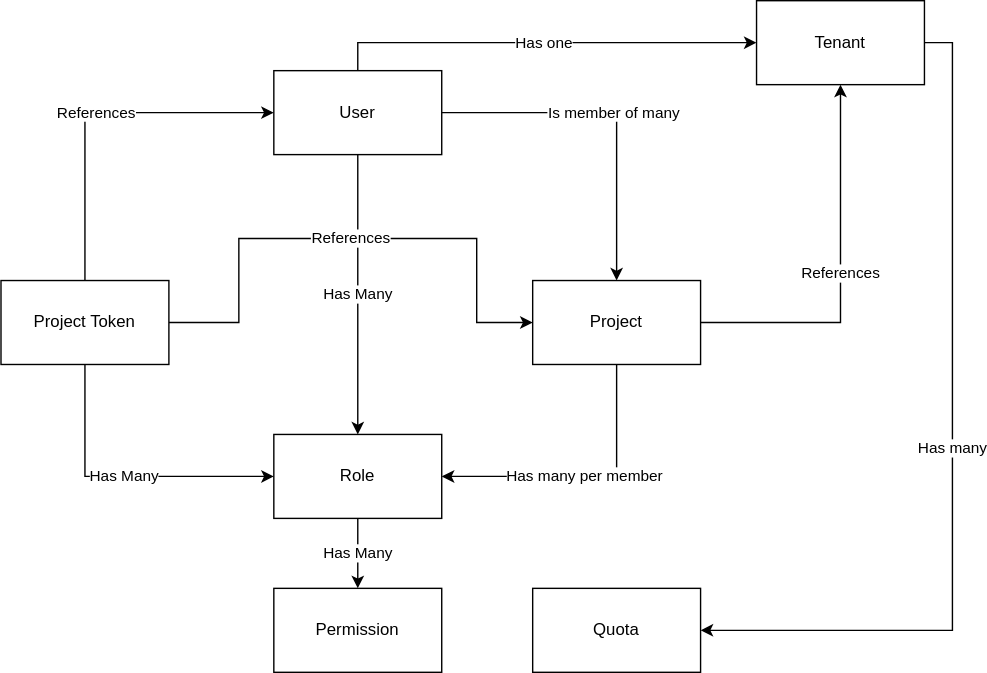
This is previews/PR70/development/proposals/MEP4/data_model.svg from metal-stack/docs, a draw.io export, as it was before one commit. Source tidied: cells renumbered, new cells last; positions are measured from the earlier drawing's top-left corner, leaving out a move shared by most shapes. The source it was exported from:
```xml
<mxGraphModel>
  <root>
    <mxCell id="0" />
    <mxCell id="1" parent="0" />
    <mxCell id="2" value="Role" style="rounded=0;whiteSpace=wrap;html=1;" parent="1" vertex="1">
      <mxGeometry x="195" y="310" width="120" height="60" as="geometry" />
    </mxCell>
    <mxCell id="3" value="Permission" style="rounded=0;whiteSpace=wrap;html=1;" parent="1" vertex="1">
      <mxGeometry x="195" y="420" width="120" height="60" as="geometry" />
    </mxCell>
    <mxCell id="4" value="Has Many" style="edgeStyle=orthogonalEdgeStyle;rounded=0;jettySize=auto;html=1;exitX=0.5;exitY=1;exitDx=0;exitDy=0;entryX=0.5;entryY=0;entryDx=0;entryDy=0;" parent="1" edge="1" source="2" target="3">
      <mxGeometry relative="1" as="geometry" />
    </mxCell>
    <mxCell id="5" value="Has one" style="edgeStyle=orthogonalEdgeStyle;rounded=0;jettySize=auto;html=1;exitX=0.5;exitY=0;exitDx=0;exitDy=0;entryX=0;entryY=0.5;entryDx=0;entryDy=0;" parent="1" edge="1" source="7" target="14">
      <mxGeometry relative="1" as="geometry" />
    </mxCell>
    <mxCell id="6" value="Is member of many" style="edgeStyle=orthogonalEdgeStyle;rounded=0;jettySize=auto;html=1;exitX=1;exitY=0.5;exitDx=0;exitDy=0;" parent="1" edge="1" source="7" target="17">
      <mxGeometry relative="1" as="geometry" />
    </mxCell>
    <mxCell id="7" value="User" style="rounded=0;whiteSpace=wrap;html=1;" parent="1" vertex="1">
      <mxGeometry x="195" y="50" width="120" height="60" as="geometry" />
    </mxCell>
    <mxCell id="8" value="Has Many" style="edgeStyle=orthogonalEdgeStyle;rounded=0;jettySize=auto;html=1;exitX=0.5;exitY=1;exitDx=0;exitDy=0;entryX=0.5;entryY=0;entryDx=0;entryDy=0;" parent="1" edge="1" source="7" target="2">
      <mxGeometry relative="1" as="geometry">
        <Array as="points">
          <mxPoint x="255" y="230" />
          <mxPoint x="255" y="230" />
        </Array>
      </mxGeometry>
    </mxCell>
    <mxCell id="9" value="References" style="edgeStyle=orthogonalEdgeStyle;rounded=0;jettySize=auto;html=1;exitX=0.5;exitY=0;exitDx=0;exitDy=0;entryX=0;entryY=0.5;entryDx=0;entryDy=0;" parent="1" edge="1" source="11" target="7">
      <mxGeometry relative="1" as="geometry" />
    </mxCell>
    <mxCell id="10" value="References" style="edgeStyle=orthogonalEdgeStyle;rounded=0;jettySize=auto;html=1;exitX=1;exitY=0.5;exitDx=0;exitDy=0;entryX=0;entryY=0.5;entryDx=0;entryDy=0;" parent="1" edge="1" source="11" target="17">
      <mxGeometry relative="1" as="geometry">
        <Array as="points">
          <mxPoint x="170" y="230" />
          <mxPoint x="170" y="170" />
          <mxPoint x="340" y="170" />
          <mxPoint x="340" y="230" />
        </Array>
      </mxGeometry>
    </mxCell>
    <mxCell id="11" value="Project Token" style="rounded=0;whiteSpace=wrap;html=1;" parent="1" vertex="1">
      <mxGeometry y="200" width="120" height="60" as="geometry" />
    </mxCell>
    <mxCell id="12" value="Has Many" style="edgeStyle=orthogonalEdgeStyle;rounded=0;jettySize=auto;html=1;exitX=0.5;exitY=1;exitDx=0;exitDy=0;entryX=0;entryY=0.5;entryDx=0;entryDy=0;" parent="1" edge="1" source="11" target="2">
      <mxGeometry relative="1" as="geometry" />
    </mxCell>
    <mxCell id="13" value="Has many" style="edgeStyle=orthogonalEdgeStyle;rounded=0;jettySize=auto;html=1;exitX=1;exitY=0.5;exitDx=0;exitDy=0;entryX=1;entryY=0.5;entryDx=0;entryDy=0;" parent="1" edge="1" source="14" target="18">
      <mxGeometry relative="1" as="geometry" />
    </mxCell>
    <mxCell id="14" value="Tenant" style="rounded=0;whiteSpace=wrap;html=1;" parent="1" vertex="1">
      <mxGeometry x="540" width="120" height="60" as="geometry" />
    </mxCell>
    <mxCell id="15" value="Has many per member" style="edgeStyle=orthogonalEdgeStyle;rounded=0;jettySize=auto;html=1;exitX=0.5;exitY=1;exitDx=0;exitDy=0;entryX=1;entryY=0.5;entryDx=0;entryDy=0;" parent="1" edge="1" source="17" target="2">
      <mxGeometry relative="1" as="geometry" />
    </mxCell>
    <mxCell id="16" value="References" style="edgeStyle=orthogonalEdgeStyle;rounded=0;jettySize=auto;html=1;exitX=1;exitY=0.5;exitDx=0;exitDy=0;entryX=0.5;entryY=1;entryDx=0;entryDy=0;" parent="1" edge="1" source="17" target="14">
      <mxGeometry relative="1" as="geometry" />
    </mxCell>
    <mxCell id="17" value="Project" style="rounded=0;whiteSpace=wrap;html=1;" parent="1" vertex="1">
      <mxGeometry x="380" y="200" width="120" height="60" as="geometry" />
    </mxCell>
    <mxCell id="18" value="Quota" style="rounded=0;whiteSpace=wrap;html=1;" parent="1" vertex="1">
      <mxGeometry x="380" y="420" width="120" height="60" as="geometry" />
    </mxCell>
  </root>
</mxGraphModel>
```
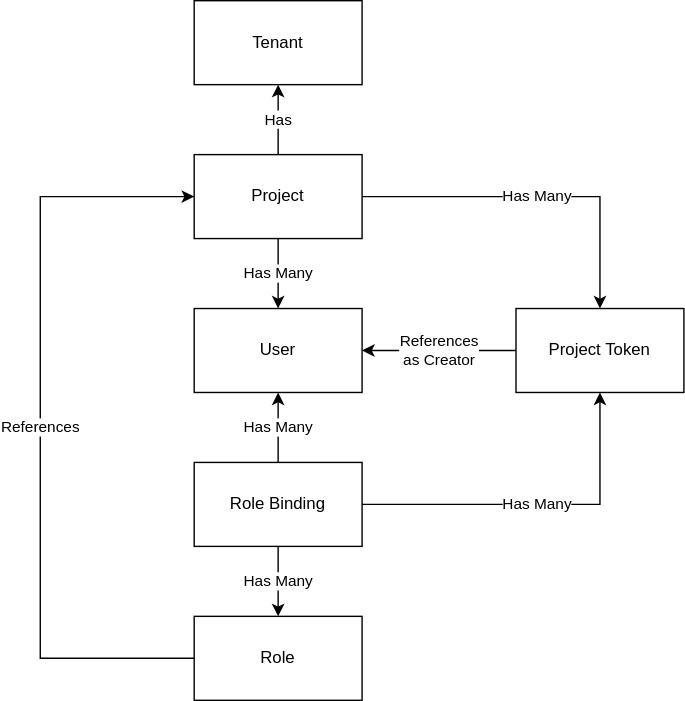
After the change.

Diff of the diagram source:
```diff
@@ -2,68 +2,52 @@
   <root>
     <mxCell id="0" />
     <mxCell id="1" parent="0" />
+    <mxCell id="19" value="References" style="edgeStyle=orthogonalEdgeStyle;rounded=0;jettySize=auto;html=1;exitX=0;exitY=0.5;exitDx=0;exitDy=0;entryX=0;entryY=0.5;entryDx=0;entryDy=0;" parent="1" edge="1" source="2" target="17">
+      <mxGeometry relative="1" as="geometry">
+        <Array as="points">
+          <mxPoint x="10" y="610" />
+          <mxPoint x="10" y="280" />
+        </Array>
+      </mxGeometry>
+    </mxCell>
     <mxCell id="2" value="Role" style="rounded=0;whiteSpace=wrap;html=1;" parent="1" vertex="1">
-      <mxGeometry x="195" y="310" width="120" height="60" as="geometry" />
+      <mxGeometry x="120" y="580" width="120" height="60" as="geometry" />
     </mxCell>
-    <mxCell id="3" value="Permission" style="rounded=0;whiteSpace=wrap;html=1;" parent="1" vertex="1">
-      <mxGeometry x="195" y="420" width="120" height="60" as="geometry" />
-    </mxCell>
-    <mxCell id="4" value="Has Many" style="edgeStyle=orthogonalEdgeStyle;rounded=0;jettySize=auto;html=1;exitX=0.5;exitY=1;exitDx=0;exitDy=0;entryX=0.5;entryY=0;entryDx=0;entryDy=0;" parent="1" edge="1" source="2" target="3">
-      <mxGeometry relative="1" as="geometry" />
-    </mxCell>
-    <mxCell id="5" value="Has one" style="edgeStyle=orthogonalEdgeStyle;rounded=0;jettySize=auto;html=1;exitX=0.5;exitY=0;exitDx=0;exitDy=0;entryX=0;entryY=0.5;entryDx=0;entryDy=0;" parent="1" edge="1" source="7" target="14">
-      <mxGeometry relative="1" as="geometry" />
-    </mxCell>
-    <mxCell id="6" value="Is member of many" style="edgeStyle=orthogonalEdgeStyle;rounded=0;jettySize=auto;html=1;exitX=1;exitY=0.5;exitDx=0;exitDy=0;" parent="1" edge="1" source="7" target="17">
-      <mxGeometry relative="1" as="geometry" />
-    </mxCell>
     <mxCell id="7" value="User" style="rounded=0;whiteSpace=wrap;html=1;" parent="1" vertex="1">
-      <mxGeometry x="195" y="50" width="120" height="60" as="geometry" />
+      <mxGeometry x="120" y="360" width="120" height="60" as="geometry" />
     </mxCell>
-    <mxCell id="8" value="Has Many" style="edgeStyle=orthogonalEdgeStyle;rounded=0;jettySize=auto;html=1;exitX=0.5;exitY=1;exitDx=0;exitDy=0;entryX=0.5;entryY=0;entryDx=0;entryDy=0;" parent="1" edge="1" source="7" target="2">
-      <mxGeometry relative="1" as="geometry">
-        <Array as="points">
-          <mxPoint x="255" y="230" />
-          <mxPoint x="255" y="230" />
-        </Array>
-      </mxGeometry>
-    </mxCell>
-    <mxCell id="9" value="References" style="edgeStyle=orthogonalEdgeStyle;rounded=0;jettySize=auto;html=1;exitX=0.5;exitY=0;exitDx=0;exitDy=0;entryX=0;entryY=0.5;entryDx=0;entryDy=0;" parent="1" edge="1" source="11" target="7">
+    <mxCell id="9" value="References&lt;br&gt;as Creator" style="edgeStyle=orthogonalEdgeStyle;rounded=0;jettySize=auto;html=1;exitX=0;exitY=0.5;exitDx=0;exitDy=0;entryX=1;entryY=0.5;entryDx=0;entryDy=0;" parent="1" edge="1" source="11" target="7">
       <mxGeometry relative="1" as="geometry" />
     </mxCell>
-    <mxCell id="10" value="References" style="edgeStyle=orthogonalEdgeStyle;rounded=0;jettySize=auto;html=1;exitX=1;exitY=0.5;exitDx=0;exitDy=0;entryX=0;entryY=0.5;entryDx=0;entryDy=0;" parent="1" edge="1" source="11" target="17">
-      <mxGeometry relative="1" as="geometry">
-        <Array as="points">
-          <mxPoint x="170" y="230" />
-          <mxPoint x="170" y="170" />
-          <mxPoint x="340" y="170" />
-          <mxPoint x="340" y="230" />
-        </Array>
-      </mxGeometry>
-    </mxCell>
     <mxCell id="11" value="Project Token" style="rounded=0;whiteSpace=wrap;html=1;" parent="1" vertex="1">
-      <mxGeometry y="200" width="120" height="60" as="geometry" />
+      <mxGeometry x="350" y="360" width="120" height="60" as="geometry" />
     </mxCell>
-    <mxCell id="12" value="Has Many" style="edgeStyle=orthogonalEdgeStyle;rounded=0;jettySize=auto;html=1;exitX=0.5;exitY=1;exitDx=0;exitDy=0;entryX=0;entryY=0.5;entryDx=0;entryDy=0;" parent="1" edge="1" source="11" target="2">
-      <mxGeometry relative="1" as="geometry" />
-    </mxCell>
-    <mxCell id="13" value="Has many" style="edgeStyle=orthogonalEdgeStyle;rounded=0;jettySize=auto;html=1;exitX=1;exitY=0.5;exitDx=0;exitDy=0;entryX=1;entryY=0.5;entryDx=0;entryDy=0;" parent="1" edge="1" source="14" target="18">
-      <mxGeometry relative="1" as="geometry" />
-    </mxCell>
     <mxCell id="14" value="Tenant" style="rounded=0;whiteSpace=wrap;html=1;" parent="1" vertex="1">
-      <mxGeometry x="540" width="120" height="60" as="geometry" />
+      <mxGeometry x="120" y="140" width="120" height="60" as="geometry" />
     </mxCell>
-    <mxCell id="15" value="Has many per member" style="edgeStyle=orthogonalEdgeStyle;rounded=0;jettySize=auto;html=1;exitX=0.5;exitY=1;exitDx=0;exitDy=0;entryX=1;entryY=0.5;entryDx=0;entryDy=0;" parent="1" edge="1" source="17" target="2">
-      <mxGeometry relative="1" as="geometry" />
-    </mxCell>
-    <mxCell id="16" value="References" style="edgeStyle=orthogonalEdgeStyle;rounded=0;jettySize=auto;html=1;exitX=1;exitY=0.5;exitDx=0;exitDy=0;entryX=0.5;entryY=1;entryDx=0;entryDy=0;" parent="1" edge="1" source="17" target="14">
+    <mxCell id="16" value="Has" style="edgeStyle=orthogonalEdgeStyle;rounded=0;jettySize=auto;html=1;entryX=0.5;entryY=1;entryDx=0;entryDy=0;" parent="1" edge="1" source="17" target="14">
       <mxGeometry relative="1" as="geometry" />
     </mxCell>
+    <mxCell id="20" value="Has Many" style="edgeStyle=orthogonalEdgeStyle;rounded=0;jettySize=auto;html=1;exitX=0.5;exitY=1;exitDx=0;exitDy=0;entryX=0.5;entryY=0;entryDx=0;entryDy=0;" parent="1" edge="1" source="17" target="7">
+      <mxGeometry relative="1" as="geometry" />
+    </mxCell>
+    <mxCell id="21" value="Has Many" style="edgeStyle=orthogonalEdgeStyle;rounded=0;jettySize=auto;html=1;exitX=1;exitY=0.5;exitDx=0;exitDy=0;entryX=0.5;entryY=0;entryDx=0;entryDy=0;" parent="1" edge="1" source="17" target="11">
+      <mxGeometry relative="1" as="geometry" />
+    </mxCell>
     <mxCell id="17" value="Project" style="rounded=0;whiteSpace=wrap;html=1;" parent="1" vertex="1">
-      <mxGeometry x="380" y="200" width="120" height="60" as="geometry" />
+      <mxGeometry x="120" y="250" width="120" height="60" as="geometry" />
     </mxCell>
-    <mxCell id="18" value="Quota" style="rounded=0;whiteSpace=wrap;html=1;" parent="1" vertex="1">
-      <mxGeometry x="380" y="420" width="120" height="60" as="geometry" />
-    </mxCell>
+    <mxCell id="22" value="Has Many" style="edgeStyle=orthogonalEdgeStyle;rounded=0;jettySize=auto;html=1;entryX=0.5;entryY=0;entryDx=0;entryDy=0;" parent="1" edge="1" source="25" target="2">
+      <mxGeometry relative="1" as="geometry" />
+    </mxCell>
+    <mxCell id="23" value="Has Many" style="edgeStyle=orthogonalEdgeStyle;rounded=0;jettySize=auto;html=1;exitX=0.5;exitY=0;exitDx=0;exitDy=0;entryX=0.5;entryY=1;entryDx=0;entryDy=0;" parent="1" edge="1" source="25" target="7">
+      <mxGeometry relative="1" as="geometry" />
+    </mxCell>
+    <mxCell id="24" value="Has Many" style="edgeStyle=orthogonalEdgeStyle;rounded=0;jettySize=auto;html=1;exitX=1;exitY=0.5;exitDx=0;exitDy=0;entryX=0.5;entryY=1;entryDx=0;entryDy=0;" parent="1" edge="1" source="25" target="11">
+      <mxGeometry relative="1" as="geometry" />
+    </mxCell>
+    <mxCell id="25" value="Role Binding" style="rounded=0;whiteSpace=wrap;html=1;" parent="1" vertex="1">
+      <mxGeometry x="120" y="470" width="120" height="60" as="geometry" />
+    </mxCell>
   </root>
 </mxGraphModel>
```
